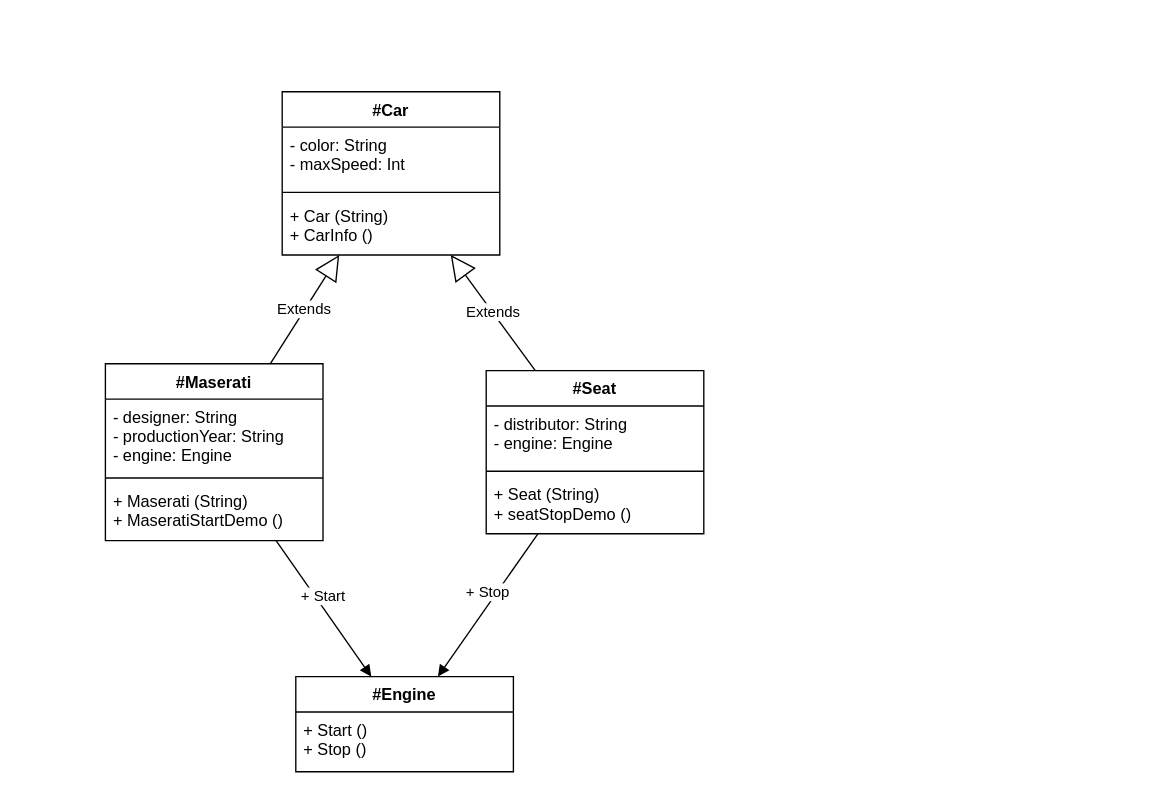
The draw.io diagram Car.dio in junjiezhou99/ED-UML-Java-Car, before the edit. Source tidied: cells renumbered, new cells numbered last; positions are measured from the earlier drawing's top-left corner, leaving out a move shared by most shapes. Both pictures are drawn from the tidied source at 136%, with x=0, y=0 at pixel (105, 91).
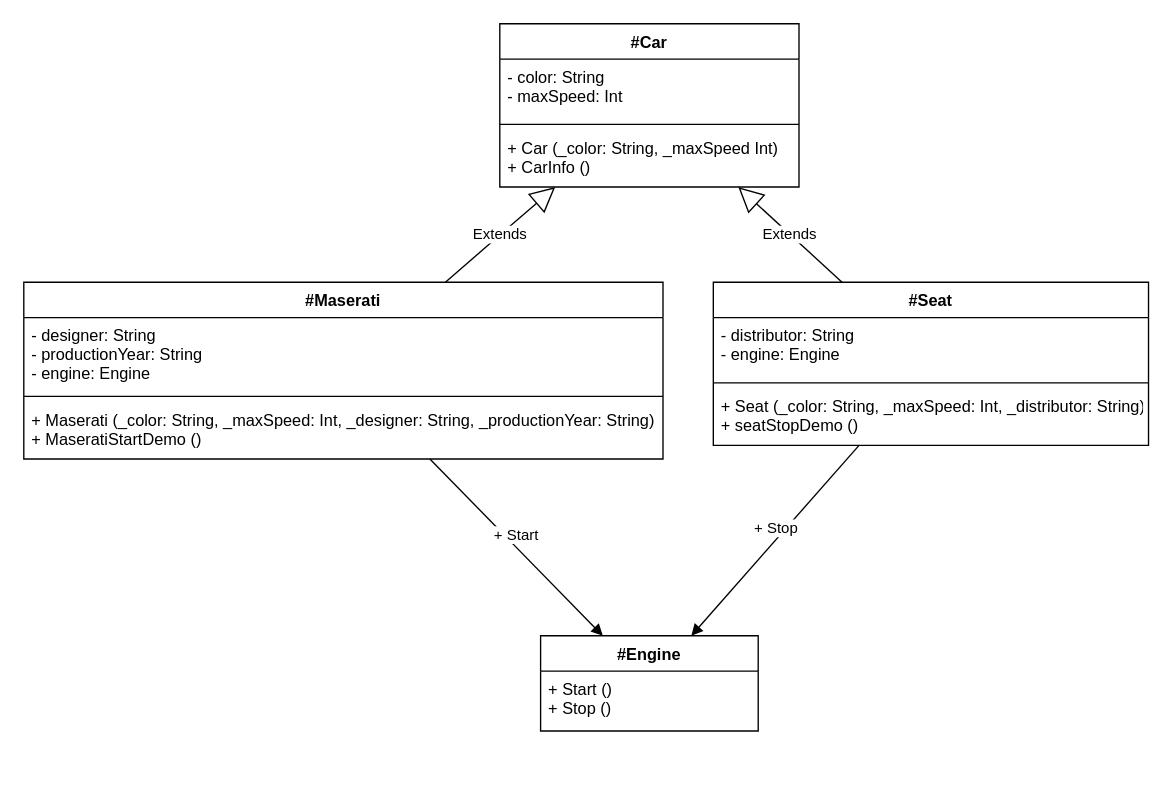
Above is the later version.

Commit message:
Revisar Ricard

What changed in the source:
```diff
@@
 <mxGraphModel>
   <root>
     <mxCell id="0" />
     <mxCell id="1" parent="0" />
     <mxCell id="2" value="#Car" style="swimlane;fontStyle=1;align=center;verticalAlign=top;horizontal=1;startSize=26;" parent="1" vertex="1">
-      <mxGeometry x="130" width="160" height="120" as="geometry" />
+      <mxGeometry x="290" y="-50" width="220" height="120" as="geometry" />
     </mxCell>
     <mxCell id="3" value="- color: String&#10;- maxSpeed: Int" style="text;strokeColor=none;fillColor=none;align=left;verticalAlign=top;spacingLeft=4;spacingRight=4;overflow=hidden;" parent="2" vertex="1">
-      <mxGeometry y="26" width="160" height="44" as="geometry" />
+      <mxGeometry y="26" width="220" height="44" as="geometry" />
     </mxCell>
     <mxCell id="4" style="line;strokeWidth=1;fillColor=none;align=left;verticalAlign=middle;spacingTop=-1;spacingLeft=3;spacingRight=3;labelPosition=right;" parent="2" vertex="1">
-      <mxGeometry y="70" width="160" height="8" as="geometry" />
+      <mxGeometry y="70" width="220" height="8" as="geometry" />
     </mxCell>
-    <mxCell id="5" value="+ Car (String)&#10;+ CarInfo ()" style="text;strokeColor=none;fillColor=none;align=left;verticalAlign=top;spacingLeft=4;spacingRight=4;overflow=hidden;" parent="2" vertex="1">
-      <mxGeometry y="78" width="160" height="42" as="geometry" />
+    <mxCell id="5" value="+ Car (_color: String, _maxSpeed Int)&#10;+ CarInfo ()" style="text;strokeColor=none;fillColor=none;align=left;verticalAlign=top;spacingLeft=4;spacingRight=4;overflow=hidden;" parent="2" vertex="1">
+      <mxGeometry y="78" width="220" height="42" as="geometry" />
     </mxCell>
     <mxCell id="6" value="#Engine" style="swimlane;fontStyle=1;align=center;verticalAlign=top;horizontal=1;startSize=26;" parent="1" vertex="1">
-      <mxGeometry x="140" y="430" width="160" height="70" as="geometry" />
+      <mxGeometry x="320" y="400" width="160" height="70" as="geometry" />
     </mxCell>
     <mxCell id="7" value="+ Start ()&#10;+ Stop ()" style="text;strokeColor=none;fillColor=none;align=left;verticalAlign=top;spacingLeft=4;spacingRight=4;overflow=hidden;" parent="6" vertex="1">
       <mxGeometry y="26" width="160" height="44" as="geometry" />
     </mxCell>
     <mxCell id="8" value="#Maserati" style="swimlane;fontStyle=1;align=center;verticalAlign=top;horizontal=1;startSize=26;" parent="1" vertex="1">
-      <mxGeometry y="200" width="160" height="130" as="geometry" />
+      <mxGeometry x="-60" y="140" width="470" height="130" as="geometry" />
     </mxCell>
     <mxCell id="9" value="- designer: String&#10;- productionYear: String&#10;- engine: Engine" style="text;strokeColor=none;fillColor=none;align=left;verticalAlign=top;spacingLeft=4;spacingRight=4;overflow=hidden;" parent="8" vertex="1">
-      <mxGeometry y="26" width="160" height="54" as="geometry" />
+      <mxGeometry y="26" width="470" height="54" as="geometry" />
     </mxCell>
     <mxCell id="10" style="line;strokeWidth=1;fillColor=none;align=left;verticalAlign=middle;spacingTop=-1;spacingLeft=3;spacingRight=3;labelPosition=right;" parent="8" vertex="1">
-      <mxGeometry y="80" width="160" height="8" as="geometry" />
+      <mxGeometry y="80" width="470" height="8" as="geometry" />
     </mxCell>
-    <mxCell id="11" value="+ Maserati (String)&#10;+ MaseratiStartDemo ()" style="text;strokeColor=none;fillColor=none;align=left;verticalAlign=top;spacingLeft=4;spacingRight=4;overflow=hidden;" parent="8" vertex="1">
-      <mxGeometry y="88" width="160" height="42" as="geometry" />
+    <mxCell id="11" value="+ Maserati (_color: String, _maxSpeed: Int, _designer: String, _productionYear: String)&#10;+ MaseratiStartDemo ()" style="text;strokeColor=none;fillColor=none;align=left;verticalAlign=top;spacingLeft=4;spacingRight=4;overflow=hidden;" parent="8" vertex="1">
+      <mxGeometry y="88" width="470" height="42" as="geometry" />
     </mxCell>
     <mxCell id="12" value="#Seat" style="swimlane;fontStyle=1;align=center;verticalAlign=top;horizontal=1;startSize=26;" parent="1" vertex="1">
-      <mxGeometry x="280" y="205" width="160" height="120" as="geometry" />
+      <mxGeometry x="447" y="140" width="320" height="120" as="geometry" />
     </mxCell>
     <mxCell id="13" value="- distributor: String&#10;- engine: Engine" style="text;strokeColor=none;fillColor=none;align=left;verticalAlign=top;spacingLeft=4;spacingRight=4;overflow=hidden;" parent="12" vertex="1">
-      <mxGeometry y="26" width="160" height="44" as="geometry" />
+      <mxGeometry y="26" width="320" height="44" as="geometry" />
     </mxCell>
     <mxCell id="14" style="line;strokeWidth=1;fillColor=none;align=left;verticalAlign=middle;spacingTop=-1;spacingLeft=3;spacingRight=3;labelPosition=right;" parent="12" vertex="1">
-      <mxGeometry y="70" width="160" height="8" as="geometry" />
+      <mxGeometry y="70" width="320" height="8" as="geometry" />
     </mxCell>
-    <mxCell id="15" value="+ Seat (String)&#10;+ seatStopDemo ()" style="text;strokeColor=none;fillColor=none;align=left;verticalAlign=top;spacingLeft=4;spacingRight=4;overflow=hidden;" parent="12" vertex="1">
-      <mxGeometry y="78" width="160" height="42" as="geometry" />
+    <mxCell id="15" value="+ Seat (_color: String, _maxSpeed: Int, _distributor: String)&#10;+ seatStopDemo ()" style="text;strokeColor=none;fillColor=none;align=left;verticalAlign=top;spacingLeft=4;spacingRight=4;overflow=hidden;" parent="12" vertex="1">
+      <mxGeometry y="78" width="320" height="42" as="geometry" />
     </mxCell>
     <mxCell id="16" value="Extends" style="endArrow=block;endSize=16;endFill=0;html=1;" parent="1" edge="1" source="8" target="2">
       <mxGeometry relative="1" as="geometry" />
     </mxCell>
     <mxCell id="17" value="Extends" style="endArrow=block;endSize=16;endFill=0;html=1;" parent="1" edge="1" source="12" target="2">
       <mxGeometry relative="1" as="geometry" />
     </mxCell>
     <mxCell id="18" value="+ Start" style="html=1;verticalAlign=bottom;endArrow=block;" parent="1" edge="1" source="8" target="6">
       <mxGeometry relative="1" as="geometry" />
     </mxCell>
     <mxCell id="19" value="+ Stop" style="html=1;verticalAlign=bottom;endArrow=block;" parent="1" edge="1" source="12" target="6">
       <mxGeometry relative="1" as="geometry" />
     </mxCell>
   </root>
 </mxGraphModel>
```
